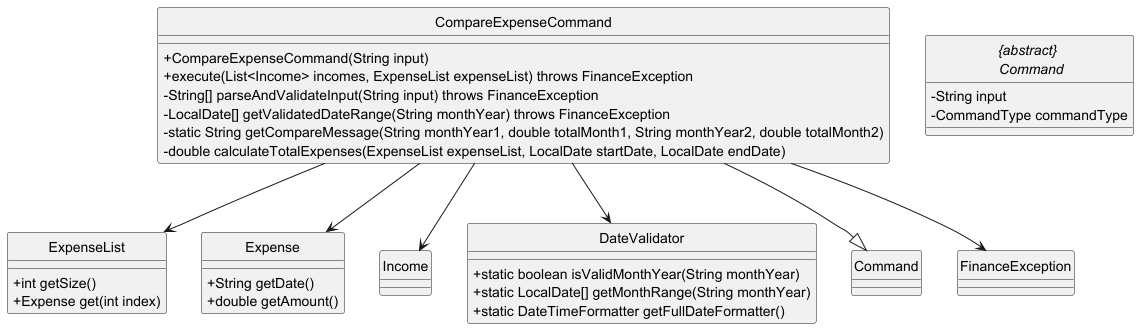
This is docs/diagrams/CompareExpenseCommandClass.png from thienkimtranhoang/tp, a PlantUML export, as it was before one commit.
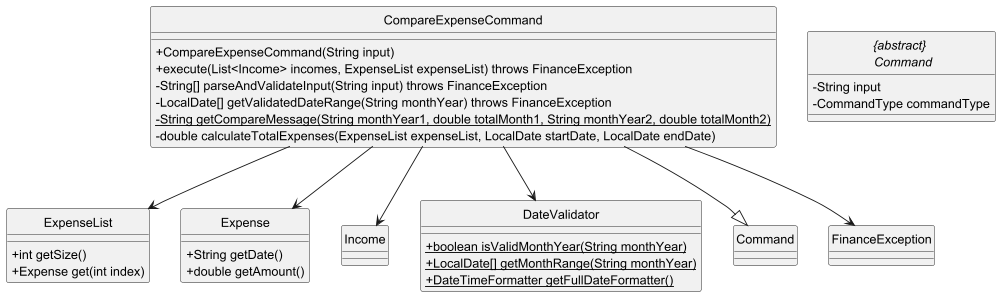
After the commit.

Diff of the diagram source:
```diff
@@ -9,7 +9,7 @@
     + execute(List<Income> incomes, ExpenseList expenseList) throws FinanceException
     - String[] parseAndValidateInput(String input) throws FinanceException
     - LocalDate[] getValidatedDateRange(String monthYear) throws FinanceException
-    - static String getCompareMessage(String monthYear1, double totalMonth1, String monthYear2, double totalMonth2)
+    - {static} String getCompareMessage(String monthYear1, double totalMonth1, String monthYear2, double totalMonth2)
     - double calculateTotalExpenses(ExpenseList expenseList, LocalDate startDate, LocalDate endDate)
 }
 
@@ -31,9 +31,9 @@
 class Income {}
 
 class DateValidator {
-    + static boolean isValidMonthYear(String monthYear)
-    + static LocalDate[] getMonthRange(String monthYear)
-    + static DateTimeFormatter getFullDateFormatter()
+    + {static} boolean isValidMonthYear(String monthYear)
+    + {static} LocalDate[] getMonthRange(String monthYear)
+    + {static} DateTimeFormatter getFullDateFormatter()
 }
 
 
```
